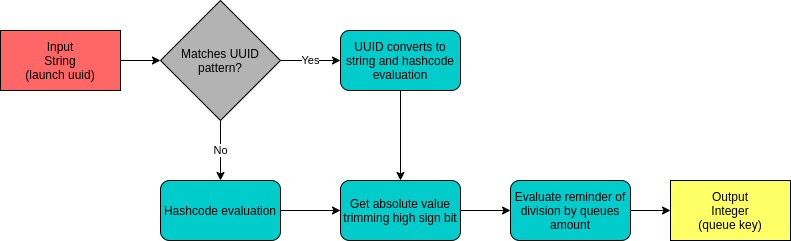
The draw.io diagram src/Images/devguide/async/uuid-queus-mapping.png in reportportal/docs, before a commit. Source tidied: cells renumbered, new cells last; positions are measured from the earlier drawing's top-left corner, leaving out a move shared by most shapes.
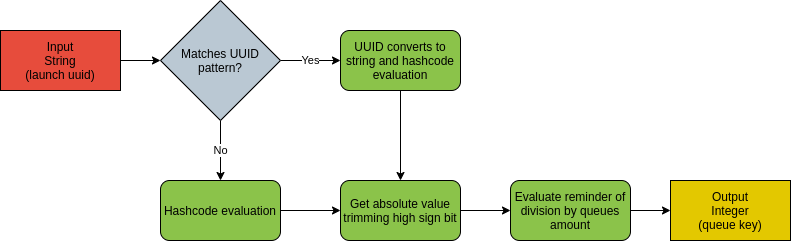
The same diagram one commit later.

Commit message:
consuming and finish launch scheme

What changed in the source:
```diff
@@ -5,7 +5,7 @@
     <mxCell id="2" style="edgeStyle=orthogonalEdgeStyle;rounded=0;jettySize=auto;html=1;exitX=1;exitY=0.5;exitDx=0;exitDy=0;entryX=0;entryY=0.5;entryDx=0;entryDy=0;" parent="1" edge="1" source="3" target="6">
       <mxGeometry relative="1" as="geometry" />
     </mxCell>
-    <mxCell id="3" value="Input&lt;br&gt;String&lt;br&gt;(launch uuid)" style="rounded=0;whiteSpace=wrap;html=1;fillColor=#FF6666;" parent="1" vertex="1">
+    <mxCell id="3" value="Input&lt;br&gt;String&lt;br&gt;(launch uuid)" style="rounded=0;whiteSpace=wrap;html=1;fillColor=#e74c3c;" parent="1" vertex="1">
       <mxGeometry y="30" width="120" height="60" as="geometry" />
     </mxCell>
     <mxCell id="4" value="No" style="edgeStyle=orthogonalEdgeStyle;rounded=0;jettySize=auto;html=1;exitX=0.5;exitY=1;exitDx=0;exitDy=0;entryX=0.5;entryY=0;entryDx=0;entryDy=0;" parent="1" edge="1" source="6" target="10">
@@ -14,34 +14,34 @@
     <mxCell id="5" value="Yes" style="edgeStyle=orthogonalEdgeStyle;rounded=0;jettySize=auto;html=1;exitX=1;exitY=0.5;exitDx=0;exitDy=0;" parent="1" edge="1" source="6" target="8">
       <mxGeometry relative="1" as="geometry" />
     </mxCell>
-    <mxCell id="6" value="Matches UUID pattern?" style="rhombus;whiteSpace=wrap;html=1;fillColor=#B3B3B3;" parent="1" vertex="1">
+    <mxCell id="6" value="Matches UUID pattern?" style="rhombus;whiteSpace=wrap;html=1;fillColor=#bac8d3;" parent="1" vertex="1">
       <mxGeometry x="160" width="120" height="120" as="geometry" />
     </mxCell>
     <mxCell id="7" style="edgeStyle=orthogonalEdgeStyle;rounded=0;jettySize=auto;html=1;exitX=0.5;exitY=1;exitDx=0;exitDy=0;" parent="1" edge="1" source="8" target="12">
       <mxGeometry relative="1" as="geometry" />
     </mxCell>
-    <mxCell id="8" value="&lt;span style=&quot;white-space: normal&quot;&gt;UUID converts to string and hashcode evaluation&lt;/span&gt;" style="rounded=1;whiteSpace=wrap;html=1;fillColor=#00CCCC;" parent="1" vertex="1">
+    <mxCell id="8" value="&lt;span style=&quot;white-space: normal&quot;&gt;UUID converts to string and hashcode evaluation&lt;/span&gt;" style="rounded=1;whiteSpace=wrap;html=1;fillColor=#8bc34a;" parent="1" vertex="1">
       <mxGeometry x="340" y="30" width="120" height="60" as="geometry" />
     </mxCell>
     <mxCell id="9" style="edgeStyle=orthogonalEdgeStyle;rounded=0;jettySize=auto;html=1;exitX=1;exitY=0.5;exitDx=0;exitDy=0;entryX=0;entryY=0.5;entryDx=0;entryDy=0;" parent="1" edge="1" source="10" target="12">
       <mxGeometry relative="1" as="geometry" />
     </mxCell>
-    <mxCell id="10" value="&lt;span style=&quot;white-space: normal&quot;&gt;Hashcode evaluation&lt;/span&gt;" style="rounded=1;whiteSpace=wrap;html=1;fillColor=#00CCCC;" parent="1" vertex="1">
+    <mxCell id="10" value="&lt;span style=&quot;white-space: normal&quot;&gt;Hashcode evaluation&lt;/span&gt;" style="rounded=1;whiteSpace=wrap;html=1;fillColor=#8bc34a;" parent="1" vertex="1">
       <mxGeometry x="160" y="180" width="120" height="60" as="geometry" />
     </mxCell>
     <mxCell id="11" style="edgeStyle=orthogonalEdgeStyle;rounded=0;jettySize=auto;html=1;exitX=1;exitY=0.5;exitDx=0;exitDy=0;entryX=0;entryY=0.5;entryDx=0;entryDy=0;" parent="1" edge="1" source="12" target="14">
       <mxGeometry relative="1" as="geometry" />
     </mxCell>
-    <mxCell id="12" value="&lt;span style=&quot;white-space: normal&quot;&gt;Get absolute value trimming high sign bit&lt;/span&gt;" style="rounded=1;whiteSpace=wrap;html=1;fillColor=#00CCCC;" parent="1" vertex="1">
+    <mxCell id="12" value="&lt;span style=&quot;white-space: normal&quot;&gt;Get absolute value trimming high sign bit&lt;/span&gt;" style="rounded=1;whiteSpace=wrap;html=1;fillColor=#8bc34a;" parent="1" vertex="1">
       <mxGeometry x="340" y="180" width="120" height="60" as="geometry" />
     </mxCell>
     <mxCell id="13" style="edgeStyle=orthogonalEdgeStyle;rounded=0;jettySize=auto;html=1;exitX=1;exitY=0.5;exitDx=0;exitDy=0;" parent="1" edge="1" source="14" target="15">
       <mxGeometry relative="1" as="geometry" />
     </mxCell>
-    <mxCell id="14" value="&lt;span style=&quot;white-space: normal&quot;&gt;Evaluate reminder of division by queues amount&lt;/span&gt;" style="rounded=1;whiteSpace=wrap;html=1;fillColor=#00CCCC;" parent="1" vertex="1">
+    <mxCell id="14" value="&lt;span style=&quot;white-space: normal&quot;&gt;Evaluate reminder of division by queues amount&lt;/span&gt;" style="rounded=1;whiteSpace=wrap;html=1;fillColor=#8bc34a;" parent="1" vertex="1">
       <mxGeometry x="510" y="180" width="120" height="60" as="geometry" />
     </mxCell>
-    <mxCell id="15" value="Output&lt;br&gt;Integer&lt;br&gt;(queue key)" style="rounded=0;whiteSpace=wrap;html=1;fillColor=#FFFF66;" parent="1" vertex="1">
+    <mxCell id="15" value="Output&lt;br&gt;Integer&lt;br&gt;(queue key)" style="rounded=0;whiteSpace=wrap;html=1;fillColor=#e3c800;" parent="1" vertex="1">
       <mxGeometry x="670" y="180" width="120" height="60" as="geometry" />
     </mxCell>
   </root>
```
